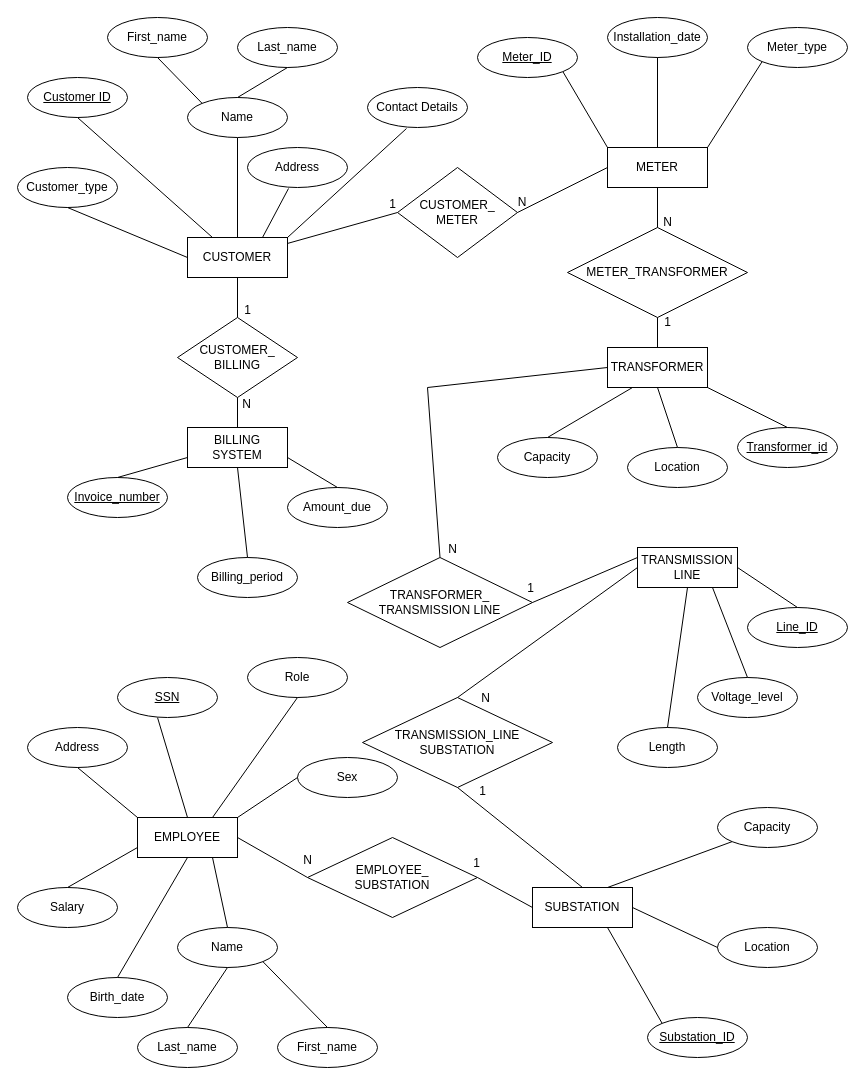
Frederick-Teye/ECG-Entity-Relationship-Diagram keeps this draw.io diagram as ECG Entity Relationship Diagram.drawio. Above is the earlier version. Source tidied: cells renumbered, new cells numbered last; positions are measured from the earlier drawing's top-left corner, leaving out a move shared by most shapes. Both pictures are drawn from the tidied source at 100%, with x=0, y=0 at pixel (17, 17).
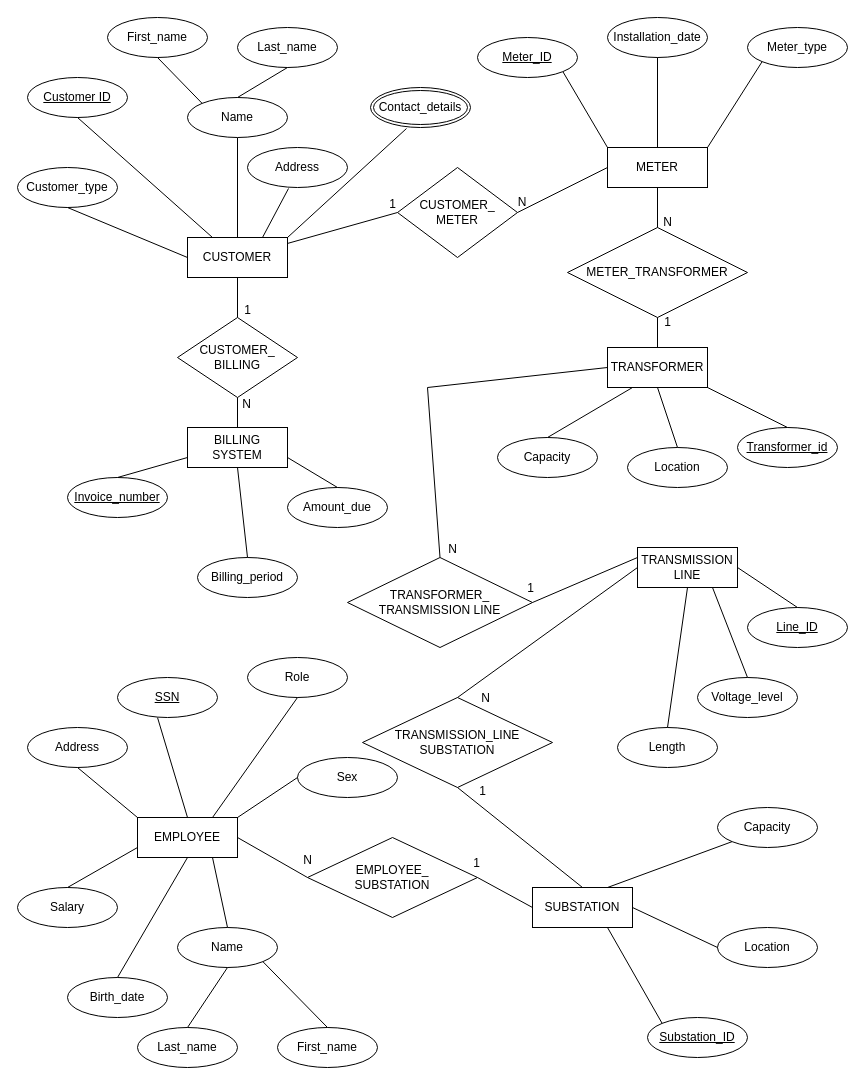
After the change.

Commit message:
Make contact_details a multivalue attribute

The change refers to these unchanged cells:
```xml
<mxCell id="2" value="CUSTOMER" style="whiteSpace=wrap;html=1;align=center;" parent="1" vertex="1">
  <mxGeometry x="170" y="220" width="100" height="40" as="geometry" />
</mxCell>
```

Change to the diagram source:
```diff
@@
-    <mxCell id="9" value="Contact Details" style="ellipse;whiteSpace=wrap;html=1;align=center;" parent="1" vertex="1">
-      <mxGeometry x="350" y="70" width="100" height="40" as="geometry" />
-    </mxCell>
-    <mxCell id="10" style="endArrow=none;html=1;rounded=0;entryX=0.39;entryY=1.025;entryDx=0;entryDy=0;entryPerimeter=0;exitX=1;exitY=0;exitDx=0;exitDy=0;" parent="1" edge="1" source="2" target="9">
-      <mxGeometry relative="1" as="geometry" />
+    <mxCell id="10" style="endArrow=none;html=1;rounded=0;entryX=0.39;entryY=1.025;entryDx=0;entryDy=0;entryPerimeter=0;exitX=1;exitY=0;exitDx=0;exitDy=0;" parent="1" edge="1" source="2">
+      <mxGeometry relative="1" as="geometry">
+        <mxPoint x="389" y="111" as="targetPoint" />
+      </mxGeometry>
     </mxCell>
@@
+    <mxCell id="101" value="Contact_details" style="ellipse;shape=doubleEllipse;margin=3;whiteSpace=wrap;html=1;align=center;" parent="1" vertex="1">
+      <mxGeometry x="353" y="70" width="100" height="40" as="geometry" />
+    </mxCell>
```
